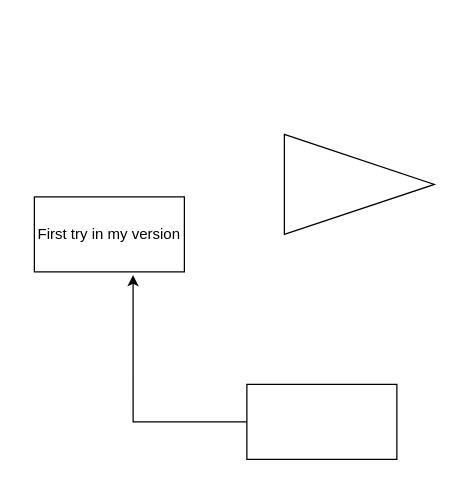
Before: Diagramme sans nom.drawio in HipppB/safeHub, a draw.io diagram. Source tidied: cells renumbered, new cells numbered last; positions are measured from the earlier drawing's top-left corner, leaving out a move shared by most shapes. Both pictures are drawn from the tidied source at 125%, with x=0, y=0 at pixel (34, 134).
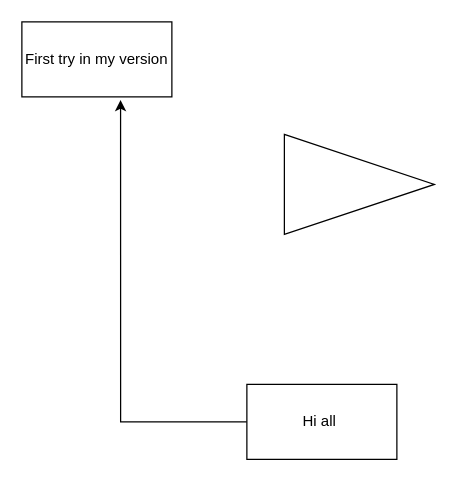
Above is the later version.

The edit, as a diff of the source:
```diff
@@
 <mxGraphModel>
   <root>
     <mxCell id="0" />
     <mxCell id="1" parent="0" />
     <mxCell id="2" style="edgeStyle=orthogonalEdgeStyle;rounded=0;jettySize=auto;html=1;entryX=0.658;entryY=1.042;entryDx=0;entryDy=0;entryPerimeter=0;" parent="1" edge="1" source="3" target="4">
       <mxGeometry relative="1" as="geometry" />
     </mxCell>
-    <mxCell id="3" style="rounded=0;whiteSpace=wrap;html=1;" parent="1" vertex="1">
+    <mxCell id="3" value="Hi all&amp;nbsp;" style="rounded=0;whiteSpace=wrap;html=1;" parent="1" vertex="1">
       <mxGeometry x="170" y="200" width="120" height="60" as="geometry" />
     </mxCell>
     <mxCell id="4" value="First try in my version" style="rounded=0;whiteSpace=wrap;html=1;" parent="1" vertex="1">
-      <mxGeometry y="50" width="120" height="60" as="geometry" />
+      <mxGeometry x="-10" y="-90" width="120" height="60" as="geometry" />
     </mxCell>
     <mxCell id="5" style="triangle;whiteSpace=wrap;html=1;" parent="1" vertex="1">
       <mxGeometry x="200" width="120" height="80" as="geometry" />
     </mxCell>
   </root>
 </mxGraphModel>
```
